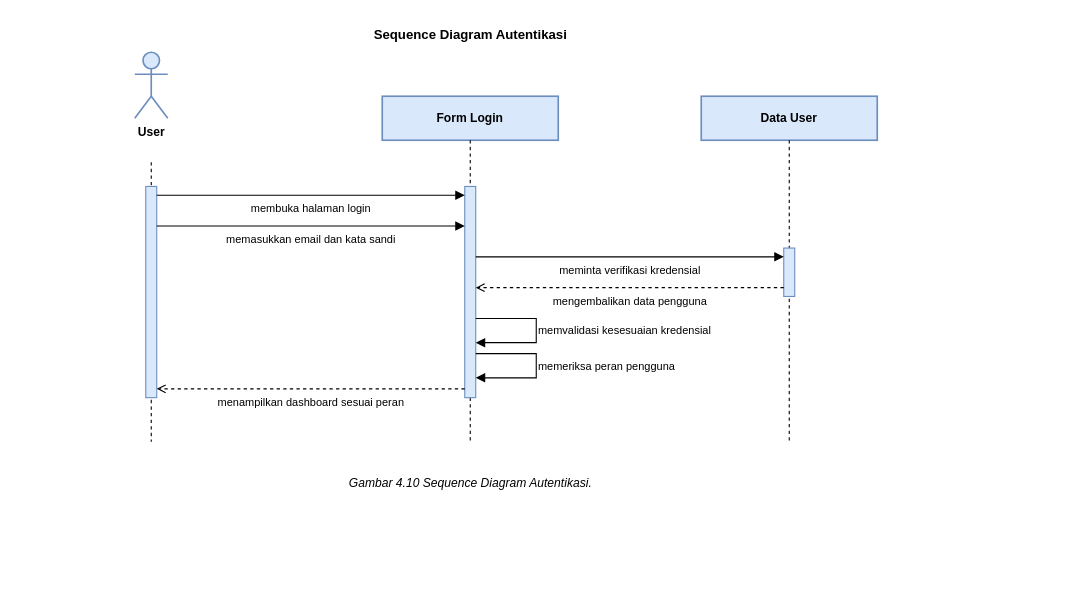
The draw.io diagram diagram/ai/Sequence/SD_AUTENTIKASI.drawio in evelleura/shi-dashboard, before the edit. Source tidied: cells renumbered, new cells numbered last; positions are measured from the earlier drawing's top-left corner, leaving out a move shared by most shapes. Both pictures are drawn from the tidied source at 110%, with x=0, y=0 at pixel (19, 19).
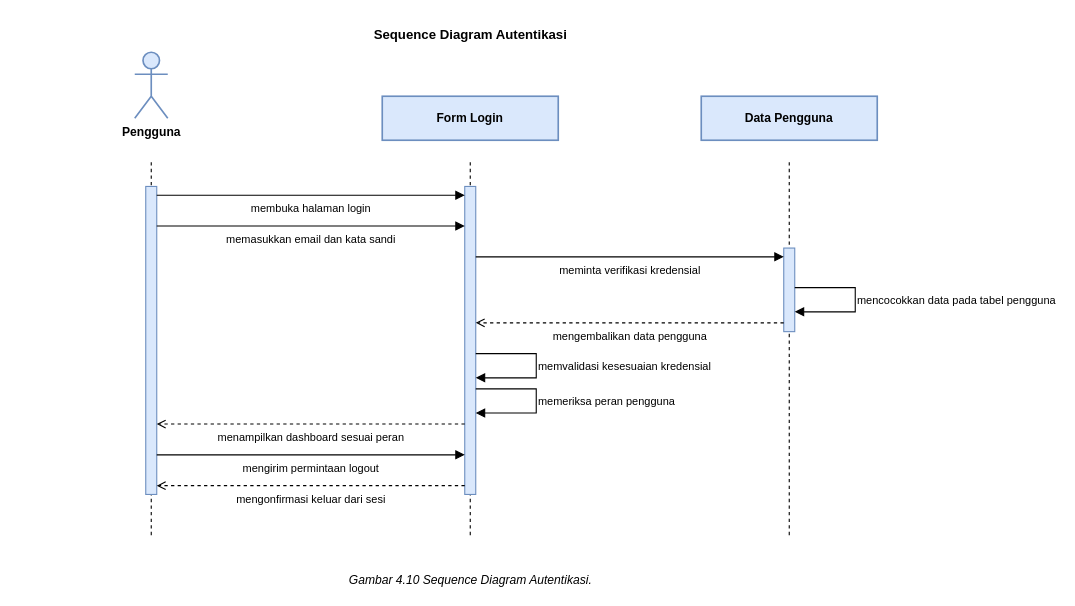
After the change.

Unchanged cells that the change refers to:
```xml
<mxCell id="5" value="Form Login" style="rounded=0;whiteSpace=wrap;html=1;fillColor=#DAE8FC;strokeColor=#6C8EBF;strokeWidth=1.5;fontSize=11;fontColor=#000000;fontStyle=1;" parent="1" vertex="1">
  <mxGeometry x="330" y="70" width="160" height="40" as="geometry" />
</mxCell>
```

What changed in the source:
```diff
@@
-    <mxCell id="3" value="User" style="shape=umlActor;verticalLabelPosition=bottom;verticalAlign=top;html=1;fillColor=#DAE8FC;strokeColor=#6C8EBF;strokeWidth=1.5;fontSize=11;fontColor=#000000;fontStyle=1;" parent="1" vertex="1">
+    <mxCell id="3" value="Pengguna" style="shape=umlActor;verticalLabelPosition=bottom;verticalAlign=top;html=1;fillColor=#DAE8FC;strokeColor=#6C8EBF;strokeWidth=1.5;fontSize=11;fontColor=#000000;fontStyle=1;" parent="1" vertex="1">
       <mxGeometry x="105" y="30" width="30" height="60" as="geometry" />
     </mxCell>
     <mxCell id="4" style="endArrow=none;html=1;rounded=0;dashed=1;strokeColor=#000000;strokeWidth=1;" parent="1" edge="1">
       <mxGeometry relative="1" as="geometry">
         <mxPoint x="120" y="130" as="sourcePoint" />
-        <mxPoint x="120" y="384" as="targetPoint" />
+        <mxPoint x="120" y="472" as="targetPoint" />
       </mxGeometry>
     </mxCell>
@@
-    <mxCell id="6" style="endArrow=none;html=1;rounded=0;dashed=1;strokeColor=#000000;strokeWidth=1;exitX=0.5;exitY=1;exitDx=0;exitDy=0;" parent="1" edge="1" source="5">
+    <mxCell id="6" style="endArrow=none;html=1;rounded=0;dashed=1;strokeColor=#000000;strokeWidth=1;" parent="1" edge="1">
       <mxGeometry relative="1" as="geometry">
-        <mxPoint x="410" y="384" as="targetPoint" />
+        <mxPoint x="410" y="130" as="sourcePoint" />
+        <mxPoint x="410" y="472" as="targetPoint" />
       </mxGeometry>
     </mxCell>
-    <mxCell id="7" value="Data User" style="rounded=0;whiteSpace=wrap;html=1;fillColor=#DAE8FC;strokeColor=#6C8EBF;strokeWidth=1.5;fontSize=11;fontColor=#000000;fontStyle=1;" parent="1" vertex="1">
+    <mxCell id="7" value="Data Pengguna" style="rounded=0;whiteSpace=wrap;html=1;fillColor=#DAE8FC;strokeColor=#6C8EBF;strokeWidth=1.5;fontSize=11;fontColor=#000000;fontStyle=1;" parent="1" vertex="1">
       <mxGeometry x="620" y="70" width="160" height="40" as="geometry" />
     </mxCell>
     <mxCell id="8" style="endArrow=none;html=1;rounded=0;dashed=1;strokeColor=#000000;strokeWidth=1;" parent="1" edge="1">
       <mxGeometry relative="1" as="geometry">
-        <mxPoint x="700" y="110" as="sourcePoint" />
-        <mxPoint x="700" y="384" as="targetPoint" />
+        <mxPoint x="700" y="130" as="sourcePoint" />
+        <mxPoint x="700" y="472" as="targetPoint" />
       </mxGeometry>
     </mxCell>
     <mxCell id="9" style="rounded=0;whiteSpace=wrap;html=1;fillColor=#DAE8FC;strokeColor=#6C8EBF;strokeWidth=1;" parent="1" vertex="1">
-      <mxGeometry x="115" y="152" width="10" height="192" as="geometry" />
+      <mxGeometry x="115" y="152" width="10" height="280" as="geometry" />
     </mxCell>
     <mxCell id="10" style="rounded=0;whiteSpace=wrap;html=1;fillColor=#DAE8FC;strokeColor=#6C8EBF;strokeWidth=1;" parent="1" vertex="1">
-      <mxGeometry x="405" y="152" width="10" height="192" as="geometry" />
+      <mxGeometry x="405" y="152" width="10" height="280" as="geometry" />
     </mxCell>
     <mxCell id="11" style="rounded=0;whiteSpace=wrap;html=1;fillColor=#DAE8FC;strokeColor=#6C8EBF;strokeWidth=1;" parent="1" vertex="1">
-      <mxGeometry x="695" y="208" width="10" height="44" as="geometry" />
+      <mxGeometry x="695" y="208" width="10" height="76" as="geometry" />
     </mxCell>
@@
-    <mxCell id="15" value="mengembalikan data pengguna" style="endArrow=open;endFill=0;html=1;rounded=0;dashed=1;strokeColor=#000000;strokeWidth=1;fontSize=10;fontColor=#000000;align=center;verticalAlign=top;" parent="1" edge="1">
+    <mxCell id="15" value="mencocokkan data pada tabel pengguna" style="endArrow=block;endFill=1;html=1;rounded=0;strokeColor=#000000;strokeWidth=1;fontSize=10;fontColor=#000000;align=left;verticalAlign=middle;" parent="1" edge="1">
       <mxGeometry relative="1" as="geometry">
-        <mxPoint x="695" y="244" as="sourcePoint" />
-        <mxPoint x="415" y="244" as="targetPoint" />
+        <mxPoint x="705" y="244" as="sourcePoint" />
+        <mxPoint x="705" y="266" as="targetPoint" />
+        <Array as="points">
+          <mxPoint x="760" y="244" />
+          <mxPoint x="760" y="266" />
+        </Array>
       </mxGeometry>
     </mxCell>
-    <mxCell id="16" value="memvalidasi kesesuaian kredensial" style="endArrow=block;endFill=1;html=1;rounded=0;strokeColor=#000000;strokeWidth=1;fontSize=10;fontColor=#000000;align=left;verticalAlign=middle;" parent="1" edge="1">
+    <mxCell id="16" value="mengembalikan data pengguna" style="endArrow=open;endFill=0;html=1;rounded=0;dashed=1;strokeColor=#000000;strokeWidth=1;fontSize=10;fontColor=#000000;align=center;verticalAlign=top;" parent="1" edge="1">
       <mxGeometry relative="1" as="geometry">
-        <mxPoint x="415" y="272" as="sourcePoint" />
-        <mxPoint x="415" y="294" as="targetPoint" />
-        <Array as="points">
-          <mxPoint x="470" y="272" />
-          <mxPoint x="470" y="294" />
-        </Array>
+        <mxPoint x="695" y="276" as="sourcePoint" />
+        <mxPoint x="415" y="276" as="targetPoint" />
       </mxGeometry>
     </mxCell>
-    <mxCell id="17" value="memeriksa peran pengguna" style="endArrow=block;endFill=1;html=1;rounded=0;strokeColor=#000000;strokeWidth=1;fontSize=10;fontColor=#000000;align=left;verticalAlign=middle;" parent="1" edge="1">
+    <mxCell id="17" value="memvalidasi kesesuaian kredensial" style="endArrow=block;endFill=1;html=1;rounded=0;strokeColor=#000000;strokeWidth=1;fontSize=10;fontColor=#000000;align=left;verticalAlign=middle;" parent="1" edge="1">
       <mxGeometry relative="1" as="geometry">
         <mxPoint x="415" y="304" as="sourcePoint" />
         <mxPoint x="415" y="326" as="targetPoint" />
         <Array as="points">
           <mxPoint x="470" y="304" />
           <mxPoint x="470" y="326" />
         </Array>
       </mxGeometry>
     </mxCell>
-    <mxCell id="18" value="menampilkan dashboard sesuai peran" style="endArrow=open;endFill=0;html=1;rounded=0;dashed=1;strokeColor=#000000;strokeWidth=1;fontSize=10;fontColor=#000000;align=center;verticalAlign=top;" parent="1" edge="1">
+    <mxCell id="18" value="memeriksa peran pengguna" style="endArrow=block;endFill=1;html=1;rounded=0;strokeColor=#000000;strokeWidth=1;fontSize=10;fontColor=#000000;align=left;verticalAlign=middle;" parent="1" edge="1">
       <mxGeometry relative="1" as="geometry">
-        <mxPoint x="405" y="336" as="sourcePoint" />
-        <mxPoint x="125" y="336" as="targetPoint" />
+        <mxPoint x="415" y="336" as="sourcePoint" />
+        <mxPoint x="415" y="358" as="targetPoint" />
+        <Array as="points">
+          <mxPoint x="470" y="336" />
+          <mxPoint x="470" y="358" />
+        </Array>
       </mxGeometry>
     </mxCell>
+    <mxCell id="20" value="menampilkan dashboard sesuai peran" style="endArrow=open;endFill=0;html=1;rounded=0;dashed=1;strokeColor=#000000;strokeWidth=1;fontSize=10;fontColor=#000000;align=center;verticalAlign=top;" parent="1" edge="1">
+      <mxGeometry relative="1" as="geometry">
+        <mxPoint x="405" y="368" as="sourcePoint" />
+        <mxPoint x="125" y="368" as="targetPoint" />
+      </mxGeometry>
+    </mxCell>
+    <mxCell id="21" value="mengirim permintaan logout" style="endArrow=block;endFill=1;html=1;rounded=0;strokeColor=#000000;strokeWidth=1;fontSize=10;fontColor=#000000;align=center;verticalAlign=top;" parent="1" edge="1">
+      <mxGeometry relative="1" as="geometry">
+        <mxPoint x="125" y="396" as="sourcePoint" />
+        <mxPoint x="405" y="396" as="targetPoint" />
+      </mxGeometry>
+    </mxCell>
+    <mxCell id="22" value="mengonfirmasi keluar dari sesi" style="endArrow=open;endFill=0;html=1;rounded=0;dashed=1;strokeColor=#000000;strokeWidth=1;fontSize=10;fontColor=#000000;align=center;verticalAlign=top;" parent="1" edge="1">
+      <mxGeometry relative="1" as="geometry">
+        <mxPoint x="405" y="424" as="sourcePoint" />
+        <mxPoint x="125" y="424" as="targetPoint" />
+      </mxGeometry>
+    </mxCell>
     <mxCell id="19" value="Gambar 4.10 Sequence Diagram Autentikasi." style="text;html=1;align=center;fontSize=11;fontStyle=2;fontColor=#000000;" parent="1" vertex="1">
-      <mxGeometry y="409" width="820" height="20" as="geometry" />
+      <mxGeometry y="497" width="820" height="20" as="geometry" />
     </mxCell>
```
